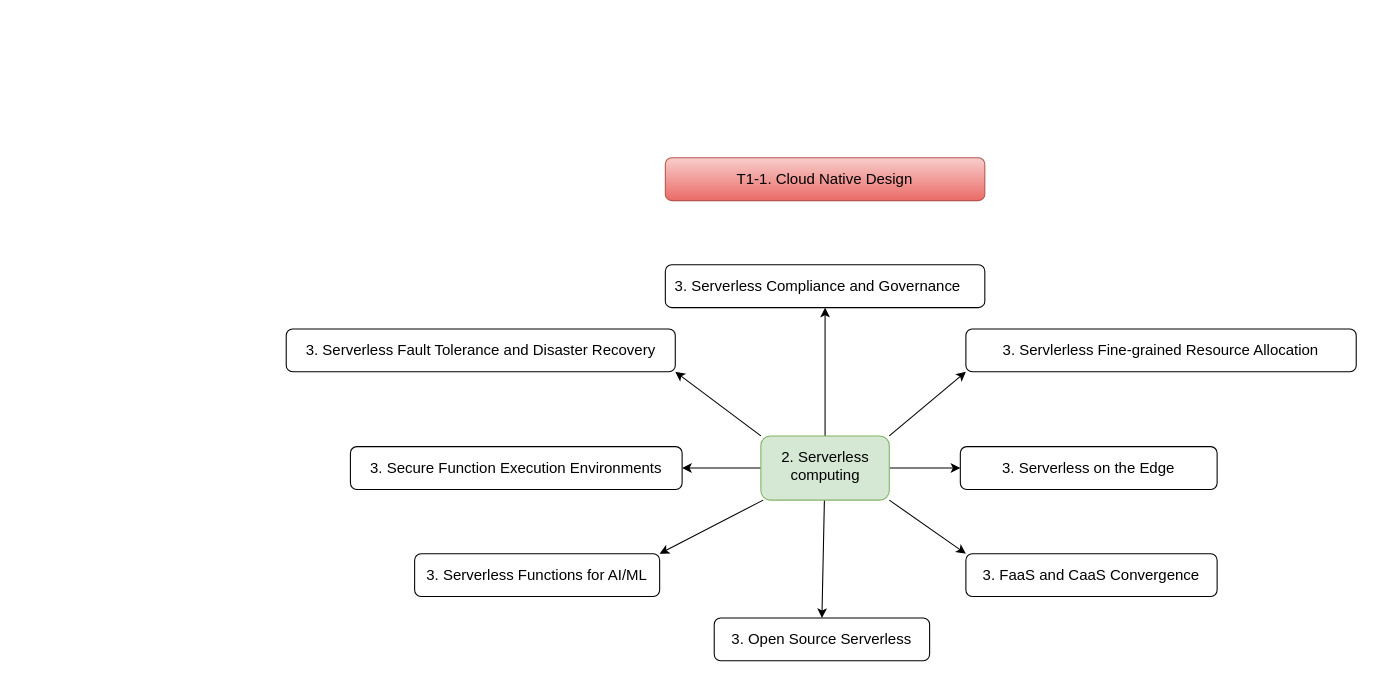
Earlier version of the draw.io diagram page "T7-2. Serverless computing" (8 of 8) of FiveWhatSoftwareArch.drawio (Gaur4vGaur/probable-octo). Source tidied: cells renumbered, new cells numbered last; positions are measured from the earlier drawing's top-left corner, leaving out a move shared by most shapes. Both pictures are drawn from the tidied source at 107%, with x=0, y=0 at pixel (286, 157).
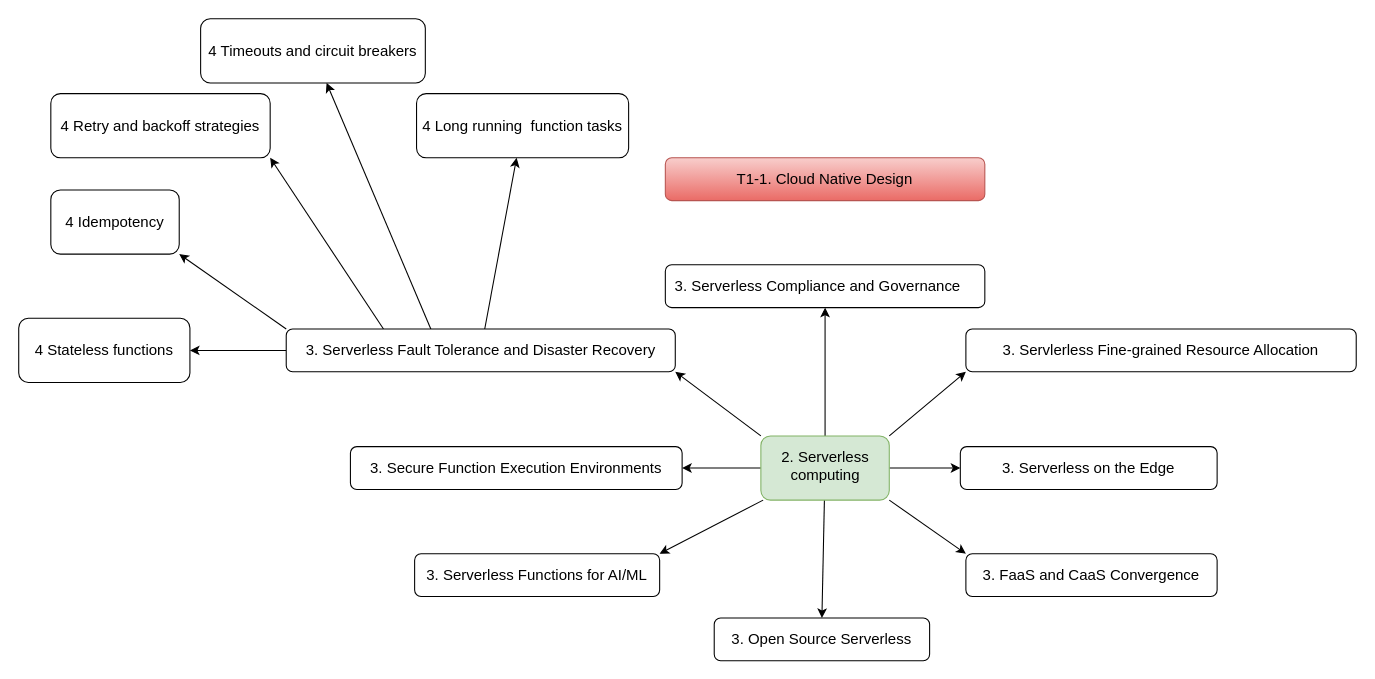
The same page after the edit.

The change refers to these unchanged cells:
```xml
<mxCell id="16" value="3. Serverless Fault Tolerance and Disaster Recovery" style="rounded=1;whiteSpace=wrap;html=1;fontSize=14;" parent="1" vertex="1">
  <mxGeometry y="160" width="363.6" height="40" as="geometry" />
</mxCell>
```

The edit, as a diff of the source:
```diff
@@
+    <mxCell id="20" style="rounded=0;jettySize=auto;html=1;" parent="1" edge="1" source="16" target="25">
+      <mxGeometry relative="1" as="geometry" />
+    </mxCell>
+    <mxCell id="21" style="rounded=0;jettySize=auto;html=1;entryX=1;entryY=1;entryDx=0;entryDy=0;exitX=0;exitY=0;exitDx=0;exitDy=0;" parent="1" edge="1" source="16" target="26">
+      <mxGeometry relative="1" as="geometry" />
+    </mxCell>
+    <mxCell id="22" style="edgeStyle=none;shape=connector;rounded=0;jettySize=auto;html=1;labelBackgroundColor=default;strokeColor=default;align=center;verticalAlign=middle;fontFamily=Helvetica;fontSize=11;fontColor=default;endArrow=classic;entryX=1;entryY=1;entryDx=0;entryDy=0;exitX=0.25;exitY=0;exitDx=0;exitDy=0;" parent="1" edge="1" source="16" target="27">
+      <mxGeometry relative="1" as="geometry" />
+    </mxCell>
+    <mxCell id="23" style="edgeStyle=none;shape=connector;rounded=0;jettySize=auto;html=1;labelBackgroundColor=default;strokeColor=default;align=center;verticalAlign=middle;fontFamily=Helvetica;fontSize=11;fontColor=default;endArrow=classic;exitX=0.373;exitY=0.028;exitDx=0;exitDy=0;exitPerimeter=0;" parent="1" edge="1" source="16" target="28">
+      <mxGeometry relative="1" as="geometry" />
+    </mxCell>
+    <mxCell id="24" style="edgeStyle=none;shape=connector;rounded=0;jettySize=auto;html=1;labelBackgroundColor=default;strokeColor=default;align=center;verticalAlign=middle;fontFamily=Helvetica;fontSize=11;fontColor=default;endArrow=classic;" parent="1" edge="1" source="16" target="29">
+      <mxGeometry relative="1" as="geometry" />
+    </mxCell>
@@
+    <mxCell id="25" value="4 Stateless functions" style="whiteSpace=wrap;html=1;fontSize=14;rounded=1;" parent="1" vertex="1">
+      <mxGeometry x="-250" y="150" width="160" height="60" as="geometry" />
+    </mxCell>
+    <mxCell id="26" value="4 Idempotency" style="whiteSpace=wrap;html=1;fontSize=14;rounded=1;" parent="1" vertex="1">
+      <mxGeometry x="-220" y="30" width="120" height="60" as="geometry" />
+    </mxCell>
+    <mxCell id="27" value="4 Retry and backoff strategies" style="whiteSpace=wrap;html=1;fontSize=14;rounded=1;" parent="1" vertex="1">
+      <mxGeometry x="-220" y="-60" width="205" height="60" as="geometry" />
+    </mxCell>
+    <mxCell id="28" value="4 Timeouts and circuit breakers" style="whiteSpace=wrap;html=1;fontSize=14;rounded=1;" parent="1" vertex="1">
+      <mxGeometry x="-80" y="-130" width="210" height="60" as="geometry" />
+    </mxCell>
+    <mxCell id="29" value="4 Long running&amp;nbsp; function tasks" style="whiteSpace=wrap;html=1;fontSize=14;rounded=1;" parent="1" vertex="1">
+      <mxGeometry x="121.8" y="-60" width="198.2" height="60" as="geometry" />
+    </mxCell>
```
